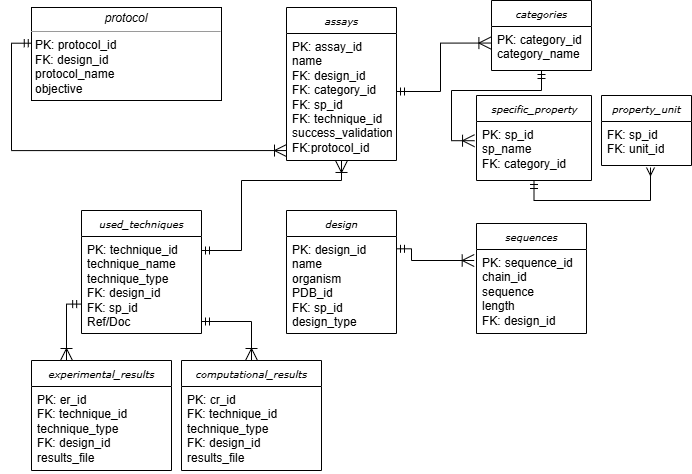
Above: schema-db.drawio.png in klopesb/Projeto_23_Towards-a-public-repository-of-designed-proteins (draw.io), before the change. Source tidied: cells renumbered, new cells last; positions are measured from the earlier drawing's top-left corner, leaving out a move shared by most shapes.
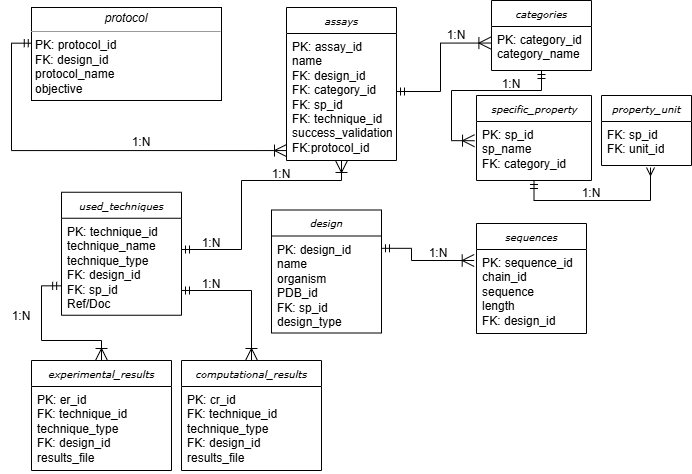
The same diagram one commit later.

What changed in the source:
```diff
@@ -32,7 +32,7 @@
       <mxGeometry y="26" width="90" height="44" as="geometry" />
     </mxCell>
     <mxCell id="10" value="&lt;i&gt;design&lt;/i&gt;" style="swimlane;html=1;fontStyle=0;horizontal=1;startSize=26;swimlaneFillColor=#ffffff;rounded=0;shadow=0;comic=0;labelBackgroundColor=none;strokeWidth=1;fontFamily=Verdana;fontSize=10;align=center;" parent="1" vertex="1">
-      <mxGeometry x="275" y="210" width="110" height="123" as="geometry" />
+      <mxGeometry x="260" y="209.5" width="110" height="123" as="geometry" />
     </mxCell>
     <mxCell id="11" value="PK: design_id&lt;div&gt;name&lt;/div&gt;&lt;div&gt;organism&lt;/div&gt;&lt;div&gt;PDB_id&lt;/div&gt;&lt;div&gt;FK: sp_id&lt;/div&gt;&lt;div&gt;design_type&lt;/div&gt;&lt;div&gt;&lt;br&gt;&lt;/div&gt;&lt;div&gt;&amp;nbsp;&lt;/div&gt;&lt;div&gt;&lt;br&gt;&lt;/div&gt;" style="text;html=1;align=left;verticalAlign=top;spacingLeft=4;spacingRight=4;whiteSpace=wrap;overflow=hidden;points=[[0,0.5],[1,0.5]];portConstraint=eastwest;" parent="10" vertex="1">
       <mxGeometry y="26" width="110" height="94" as="geometry" />
@@ -62,7 +62,7 @@
       <mxGeometry y="26" width="110" height="124" as="geometry" />
     </mxCell>
     <mxCell id="20" value="&lt;i&gt;used_techniques&lt;/i&gt;" style="swimlane;html=1;fontStyle=0;horizontal=1;startSize=26;swimlaneFillColor=#ffffff;rounded=0;shadow=0;comic=0;labelBackgroundColor=none;strokeWidth=1;fontFamily=Verdana;fontSize=10;align=center;" parent="1" vertex="1">
-      <mxGeometry x="70" y="210" width="120" height="123" as="geometry" />
+      <mxGeometry x="50" y="191.8" width="120" height="123" as="geometry" />
     </mxCell>
     <mxCell id="21" value="PK: technique_id&lt;div&gt;technique_name&lt;/div&gt;&lt;div&gt;technique_type&lt;/div&gt;&lt;div&gt;FK: design_id&lt;/div&gt;&lt;div&gt;FK: sp_id&lt;/div&gt;&lt;div&gt;Ref/Doc&lt;/div&gt;&lt;div&gt;&lt;br&gt;&lt;/div&gt;&lt;div&gt;&amp;nbsp;&lt;/div&gt;&lt;div&gt;&lt;br&gt;&lt;/div&gt;" style="text;html=1;align=left;verticalAlign=top;spacingLeft=4;spacingRight=4;whiteSpace=wrap;overflow=hidden;points=[[0,0.5],[1,0.5]];portConstraint=eastwest;" parent="20" vertex="1">
       <mxGeometry y="26" width="120" height="94" as="geometry" />
@@ -104,30 +104,59 @@
         </Array>
       </mxGeometry>
     </mxCell>
-    <mxCell id="26" style="edgeStyle=orthogonalEdgeStyle;rounded=0;html=1;labelBackgroundColor=none;startFill=0;endArrow=ERoneToMany;endFill=0;endSize=10;fontFamily=Verdana;fontSize=10;startArrow=ERmandOne;exitX=1;exitY=0.131;exitDx=0;exitDy=0;exitPerimeter=0;entryX=0.5;entryY=1.024;entryDx=0;entryDy=0;entryPerimeter=0;" parent="1" edge="1" target="19">
+    <mxCell id="26" style="edgeStyle=orthogonalEdgeStyle;rounded=0;html=1;labelBackgroundColor=none;startFill=0;endArrow=ERoneToMany;endFill=0;endSize=10;fontFamily=Verdana;fontSize=10;startArrow=ERmandOne;entryX=0.5;entryY=1.024;entryDx=0;entryDy=0;entryPerimeter=0;" parent="1" edge="1" target="19">
       <mxGeometry relative="1" as="geometry">
-        <mxPoint x="190" y="250" as="sourcePoint" />
+        <mxPoint x="170" y="249" as="sourcePoint" />
         <Array as="points">
-          <mxPoint x="230" y="250" />
+          <mxPoint x="230" y="249" />
           <mxPoint x="230" y="180" />
           <mxPoint x="330" y="180" />
         </Array>
       </mxGeometry>
     </mxCell>
-    <mxCell id="27" style="edgeStyle=orthogonalEdgeStyle;rounded=0;html=1;labelBackgroundColor=none;startFill=0;endArrow=ERoneToMany;endFill=0;endSize=10;fontFamily=Verdana;fontSize=10;startArrow=ERmandOne;exitX=1;exitY=0.131;exitDx=0;exitDy=0;exitPerimeter=0;entryX=0.5;entryY=0;entryDx=0;entryDy=0;" parent="1" edge="1" target="14">
+    <mxCell id="27" style="edgeStyle=orthogonalEdgeStyle;rounded=0;html=1;labelBackgroundColor=none;startFill=0;endArrow=ERoneToMany;endFill=0;endSize=10;fontFamily=Verdana;fontSize=10;startArrow=ERmandOne;entryX=0.5;entryY=0;entryDx=0;entryDy=0;" parent="1" edge="1" target="14">
       <mxGeometry relative="1" as="geometry">
-        <mxPoint x="190" y="321" as="sourcePoint" />
+        <mxPoint x="170" y="290" as="sourcePoint" />
         <Array as="points">
-          <mxPoint x="240" y="321" />
+          <mxPoint x="240" y="290" />
         </Array>
       </mxGeometry>
     </mxCell>
-    <mxCell id="28" style="edgeStyle=orthogonalEdgeStyle;rounded=0;html=1;labelBackgroundColor=none;startFill=0;endArrow=ERoneToMany;endFill=0;endSize=10;fontFamily=Verdana;fontSize=10;startArrow=ERmandOne;exitX=-0.007;exitY=0.719;exitDx=0;exitDy=0;exitPerimeter=0;entryX=0.25;entryY=0;entryDx=0;entryDy=0;" parent="1" edge="1" source="21" target="12">
+    <mxCell id="28" style="edgeStyle=orthogonalEdgeStyle;rounded=0;html=1;labelBackgroundColor=none;startFill=0;endArrow=ERoneToMany;endFill=0;endSize=10;fontFamily=Verdana;fontSize=10;startArrow=ERmandOne;exitX=-0.007;exitY=0.719;exitDx=0;exitDy=0;exitPerimeter=0;entryX=0.5;entryY=0;entryDx=0;entryDy=0;" parent="1" edge="1" source="21" target="12">
       <mxGeometry relative="1" as="geometry">
         <Array as="points">
-          <mxPoint x="55" y="304" />
+          <mxPoint x="30" y="285" />
+          <mxPoint x="30" y="340" />
+          <mxPoint x="90" y="340" />
         </Array>
       </mxGeometry>
     </mxCell>
+    <mxCell id="29" value="1:N" style="text;html=1;align=center;verticalAlign=middle;whiteSpace=wrap;rounded=0;" parent="1" vertex="1">
+      <mxGeometry x="110" y="136" width="40" height="12.5" as="geometry" />
+    </mxCell>
+    <mxCell id="30" value="1:N" style="text;html=1;align=center;verticalAlign=middle;whiteSpace=wrap;rounded=0;" parent="1" vertex="1">
+      <mxGeometry x="250" y="167.5" width="40" height="12.5" as="geometry" />
+    </mxCell>
+    <mxCell id="31" value="1:N" style="text;html=1;align=center;verticalAlign=middle;whiteSpace=wrap;rounded=0;" parent="1" vertex="1">
+      <mxGeometry x="425" y="28.8" width="40" height="12.5" as="geometry" />
+    </mxCell>
+    <mxCell id="32" value="1:N" style="text;html=1;align=center;verticalAlign=middle;whiteSpace=wrap;rounded=0;" parent="1" vertex="1">
+      <mxGeometry x="-10" y="310" width="40" height="12.5" as="geometry" />
+    </mxCell>
+    <mxCell id="33" value="1:N" style="text;html=1;align=center;verticalAlign=middle;whiteSpace=wrap;rounded=0;" parent="1" vertex="1">
+      <mxGeometry x="480" y="77.2" width="40" height="12.5" as="geometry" />
+    </mxCell>
+    <mxCell id="34" value="1:N" style="text;html=1;align=center;verticalAlign=middle;whiteSpace=wrap;rounded=0;" parent="1" vertex="1">
+      <mxGeometry x="407" y="247" width="40" height="12.5" as="geometry" />
+    </mxCell>
+    <mxCell id="35" value="1:N" style="text;html=1;align=center;verticalAlign=middle;whiteSpace=wrap;rounded=0;" parent="1" vertex="1">
+      <mxGeometry x="180" y="236.5" width="40" height="12.5" as="geometry" />
+    </mxCell>
+    <mxCell id="36" value="1:N" style="text;html=1;align=center;verticalAlign=middle;whiteSpace=wrap;rounded=0;" parent="1" vertex="1">
+      <mxGeometry x="560" y="187" width="40" height="12.5" as="geometry" />
+    </mxCell>
+    <mxCell id="37" value="1:N" style="text;html=1;align=center;verticalAlign=middle;whiteSpace=wrap;rounded=0;" parent="1" vertex="1">
+      <mxGeometry x="180" y="278" width="40" height="12.5" as="geometry" />
+    </mxCell>
   </root>
 </mxGraphModel>
```
